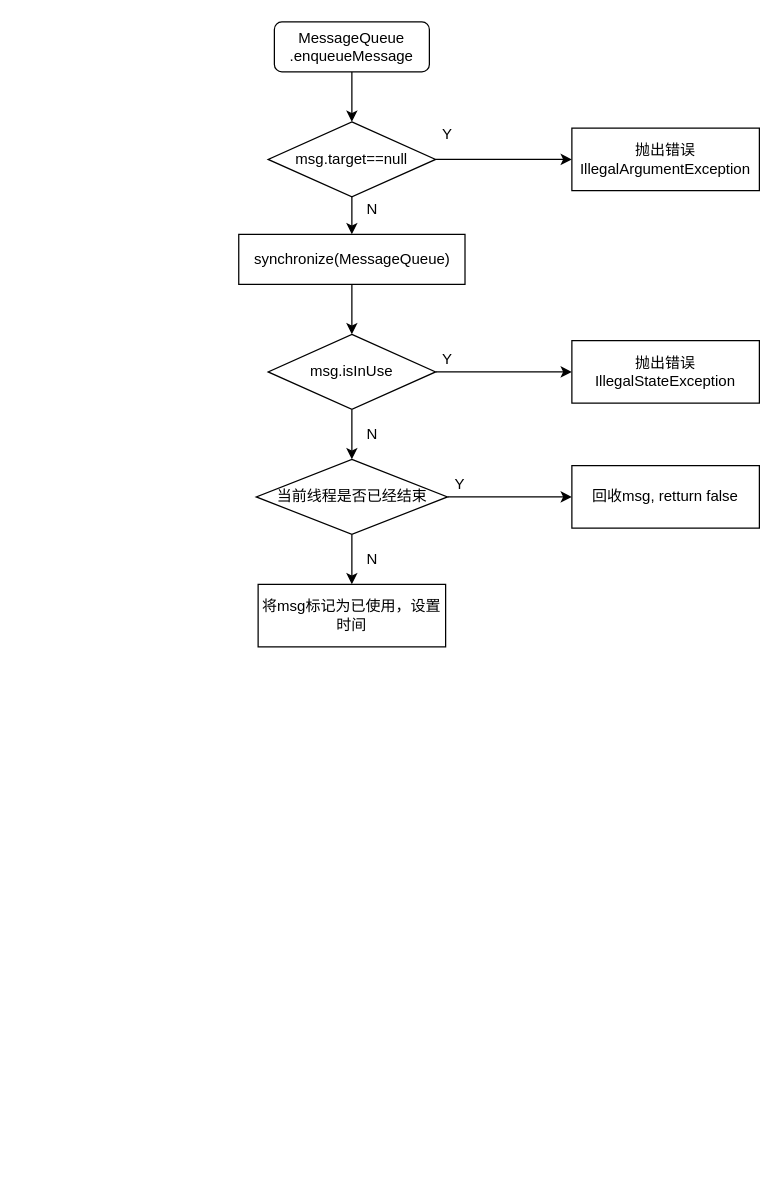
Earlier version of the draw.io diagram MQ-enqueueMessage.drawio (Eanam/PointlessDiagram). Source tidied: cells renumbered, new cells numbered last; positions are measured from the earlier drawing's top-left corner, leaving out a move shared by most shapes. Both pictures are drawn from the tidied source at 125%, with x=0, y=0 at pixel (239, 21).
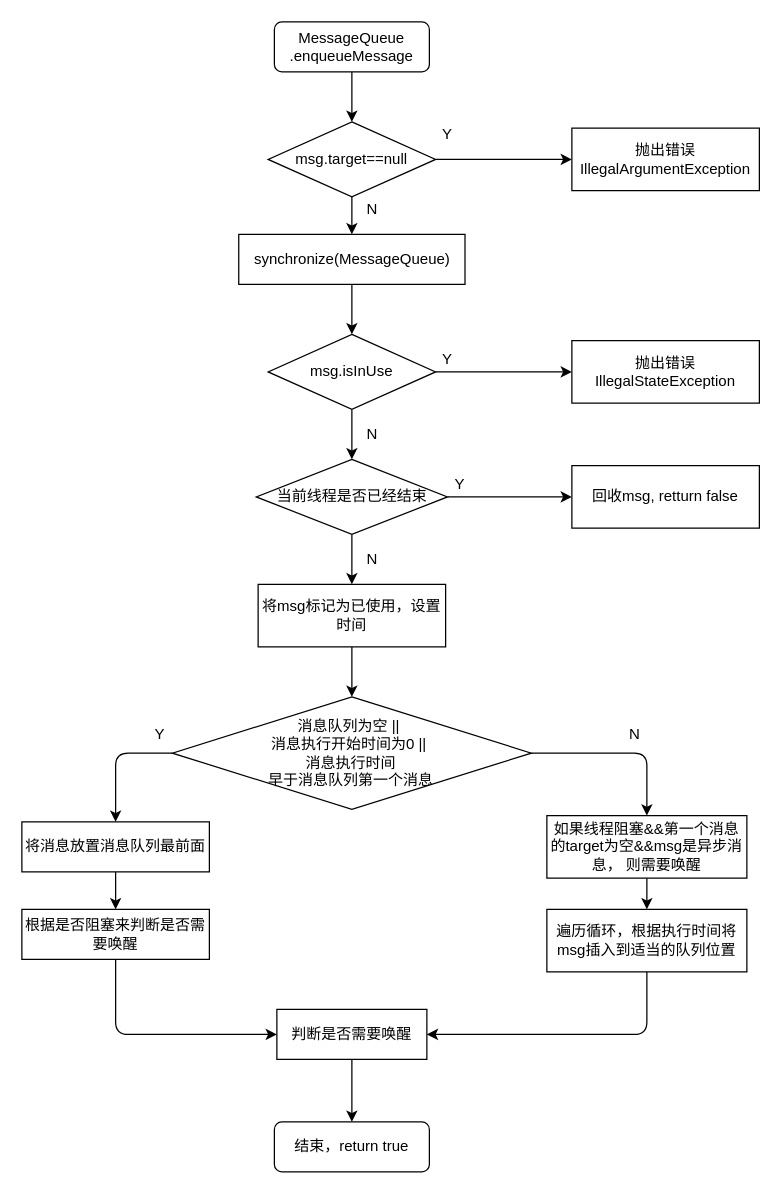
The same page after the edit.

Unchanged cells that the change refers to:
```xml
<mxCell id="23" value="将msg标记为已使用，设置时间" style="rounded=0;whiteSpace=wrap;html=1;" parent="1" vertex="1">
  <mxGeometry x="15" y="450" width="150" height="50" as="geometry" />
</mxCell>
```

Change to the diagram source:
```diff
@@
+    <mxCell id="25" style="edgeStyle=orthogonalEdgeStyle;rounded=0;jettySize=auto;html=1;" parent="1" edge="1" source="23" target="26">
+      <mxGeometry relative="1" as="geometry" />
+    </mxCell>
@@
+    <mxCell id="26" value="消息队列为空 ||&amp;nbsp;&lt;br&gt;消息执行开始时间为0 ||&amp;nbsp;&lt;br&gt;消息执行时间&lt;br&gt;早于消息队列第一个消息" style="rhombus;whiteSpace=wrap;html=1;" parent="1" vertex="1">
+      <mxGeometry x="-53.6" y="540" width="287.2" height="90" as="geometry" />
+    </mxCell>
+    <mxCell id="27" style="edgeStyle=orthogonalEdgeStyle;rounded=0;jettySize=auto;html=1;" parent="1" edge="1" source="28" target="29">
+      <mxGeometry relative="1" as="geometry" />
+    </mxCell>
+    <mxCell id="28" value="将消息放置消息队列最前面" style="rounded=0;whiteSpace=wrap;html=1;" parent="1" vertex="1">
+      <mxGeometry x="-174" y="640" width="150" height="40" as="geometry" />
+    </mxCell>
+    <mxCell id="29" value="根据是否阻塞来判断是否需要唤醒" style="rounded=0;whiteSpace=wrap;html=1;" parent="1" vertex="1">
+      <mxGeometry x="-174" y="710" width="150" height="40" as="geometry" />
+    </mxCell>
+    <mxCell id="30" style="endArrow=classic;html=1;exitX=0;exitY=0.5;exitDx=0;exitDy=0;entryX=0.5;entryY=0;entryDx=0;entryDy=0;edgeStyle=orthogonalEdgeStyle;" parent="1" edge="1" source="26" target="28">
+      <mxGeometry relative="1" as="geometry" />
+    </mxCell>
+    <mxCell id="31" value="Y" style="text;html=1;align=center;verticalAlign=middle;strokeColor=none;" parent="1" vertex="1">
+      <mxGeometry x="-74" y="560" width="20" height="20" as="geometry" />
+    </mxCell>
+    <mxCell id="32" style="edgeStyle=orthogonalEdgeStyle;rounded=0;jettySize=auto;html=1;" parent="1" edge="1" source="33" target="36">
+      <mxGeometry relative="1" as="geometry" />
+    </mxCell>
+    <mxCell id="33" value="如果线程阻塞&amp;amp;&amp;amp;第一个消息的target为空&amp;amp;&amp;amp;msg是异步消息， 则需要唤醒" style="rounded=0;whiteSpace=wrap;html=1;" parent="1" vertex="1">
+      <mxGeometry x="246" y="635" width="160" height="50" as="geometry" />
+    </mxCell>
+    <mxCell id="34" style="endArrow=classic;html=1;exitX=1;exitY=0.5;exitDx=0;exitDy=0;entryX=0.5;entryY=0;entryDx=0;entryDy=0;edgeStyle=orthogonalEdgeStyle;" parent="1" edge="1" source="26" target="33">
+      <mxGeometry relative="1" as="geometry" />
+    </mxCell>
+    <mxCell id="35" value="N" style="text;html=1;align=center;verticalAlign=middle;strokeColor=none;" parent="1" vertex="1">
+      <mxGeometry x="306" y="560" width="20" height="20" as="geometry" />
+    </mxCell>
+    <mxCell id="36" value="遍历循环，根据执行时间将msg插入到适当的队列位置" style="rounded=0;whiteSpace=wrap;html=1;" parent="1" vertex="1">
+      <mxGeometry x="246" y="710" width="160" height="50" as="geometry" />
+    </mxCell>
+    <mxCell id="37" style="edgeStyle=orthogonalEdgeStyle;rounded=0;jettySize=auto;html=1;" parent="1" edge="1" source="38" target="41">
+      <mxGeometry relative="1" as="geometry" />
+    </mxCell>
+    <mxCell id="38" value="判断是否需要唤醒" style="rounded=0;whiteSpace=wrap;html=1;" parent="1" vertex="1">
+      <mxGeometry x="30" y="790" width="120" height="40" as="geometry" />
+    </mxCell>
+    <mxCell id="39" style="endArrow=classic;html=1;exitX=0.5;exitY=1;exitDx=0;exitDy=0;entryX=0;entryY=0.5;entryDx=0;entryDy=0;edgeStyle=orthogonalEdgeStyle;" parent="1" edge="1" source="29" target="38">
+      <mxGeometry relative="1" as="geometry" />
+    </mxCell>
+    <mxCell id="40" style="endArrow=classic;html=1;exitX=0.5;exitY=1;exitDx=0;exitDy=0;entryX=1;entryY=0.5;entryDx=0;entryDy=0;edgeStyle=orthogonalEdgeStyle;" parent="1" edge="1" source="36" target="38">
+      <mxGeometry relative="1" as="geometry" />
+    </mxCell>
+    <mxCell id="41" value="结束，return true" style="rounded=1;whiteSpace=wrap;html=1;" parent="1" vertex="1">
+      <mxGeometry x="28" y="880" width="124" height="40" as="geometry" />
+    </mxCell>
```
